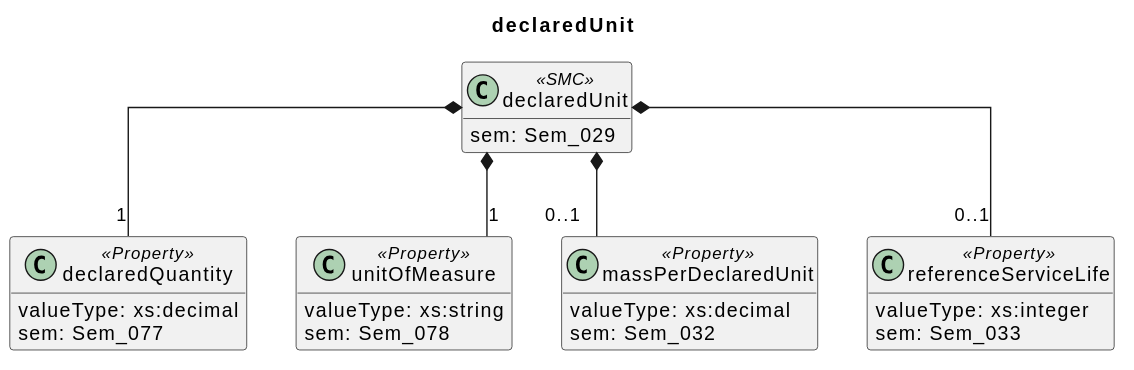
The PlantUML diagram docs/model/sections/declaredUnit.svg in Leeeks/aas-epd-type-iii-submodel, before a commit.
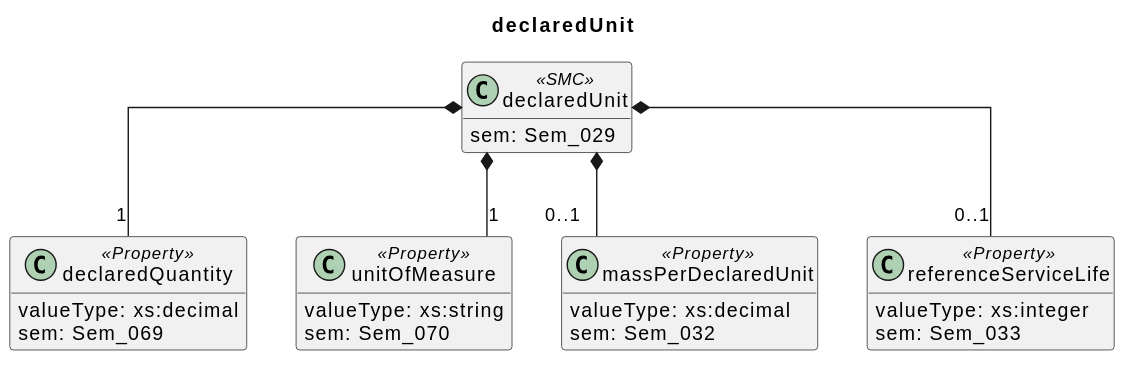
Later version of the same file.

Diff of the diagram source:
```diff
@@ -9,11 +9,11 @@
 }
 class declaredQuantity <<Property>> {
   valueType: xs:decimal
-  sem: Sem_077
+  sem: Sem_069
 }
 class unitOfMeasure <<Property>> {
   valueType: xs:string
-  sem: Sem_078
+  sem: Sem_070
 }
 class massPerDeclaredUnit <<Property>> {
   valueType: xs:decimal
```
